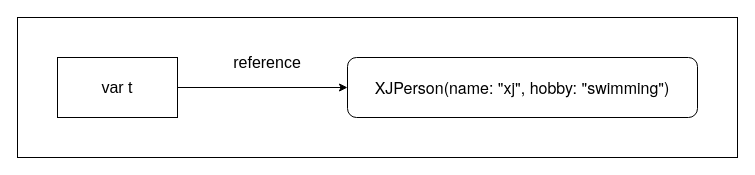
Earlier version of the draw.io diagram reference type des.drawio (star-j/Flowchart). Source tidied: cells renumbered, new cells numbered last; positions are measured from the earlier drawing's top-left corner, leaving out a move shared by most shapes. Both pictures are drawn from the tidied source at 100%, with x=0, y=0 at pixel (17, 17).
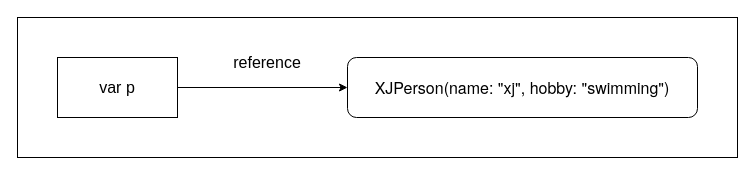
The same page after the edit.

Change to the diagram source:
```diff
@@
 <mxGraphModel>
   <root>
     <mxCell id="0" />
     <mxCell id="1" parent="0" />
     <mxCell id="2" style="rounded=0;whiteSpace=wrap;html=1;" parent="1" vertex="1">
       <mxGeometry width="720" height="140" as="geometry" />
     </mxCell>
     <mxCell id="3" style="edgeStyle=orthogonalEdgeStyle;rounded=0;jettySize=auto;html=1;exitX=1;exitY=0.5;exitDx=0;exitDy=0;entryX=0;entryY=0.5;entryDx=0;entryDy=0;fontSize=16;" parent="1" edge="1" source="4" target="5">
       <mxGeometry relative="1" as="geometry" />
     </mxCell>
-    <mxCell id="4" value="var t" style="rounded=0;whiteSpace=wrap;html=1;fontSize=16;" parent="1" vertex="1">
+    <mxCell id="4" value="var p" style="rounded=0;whiteSpace=wrap;html=1;fontSize=16;" parent="1" vertex="1">
       <mxGeometry x="40" y="40" width="120" height="60" as="geometry" />
     </mxCell>
     <mxCell id="5" value="&lt;p style=&quot;margin: 0px; font-stretch: normal; font-size: 16px; line-height: normal; font-family: &amp;quot;helvetica neue&amp;quot;;&quot;&gt;XJPerson(name: &quot;xj&quot;, hobby: &quot;swimming&quot;)&lt;/p&gt;" style="rounded=1;whiteSpace=wrap;html=1;fontSize=16;" parent="1" vertex="1">
       <mxGeometry x="330" y="40" width="350" height="60" as="geometry" />
     </mxCell>
     <mxCell id="6" value="reference" style="text;html=1;strokeColor=none;fillColor=none;align=center;verticalAlign=middle;whiteSpace=wrap;rounded=0;fontSize=16;" parent="1" vertex="1">
       <mxGeometry x="210" y="30" width="80" height="30" as="geometry" />
     </mxCell>
   </root>
 </mxGraphModel>
```
